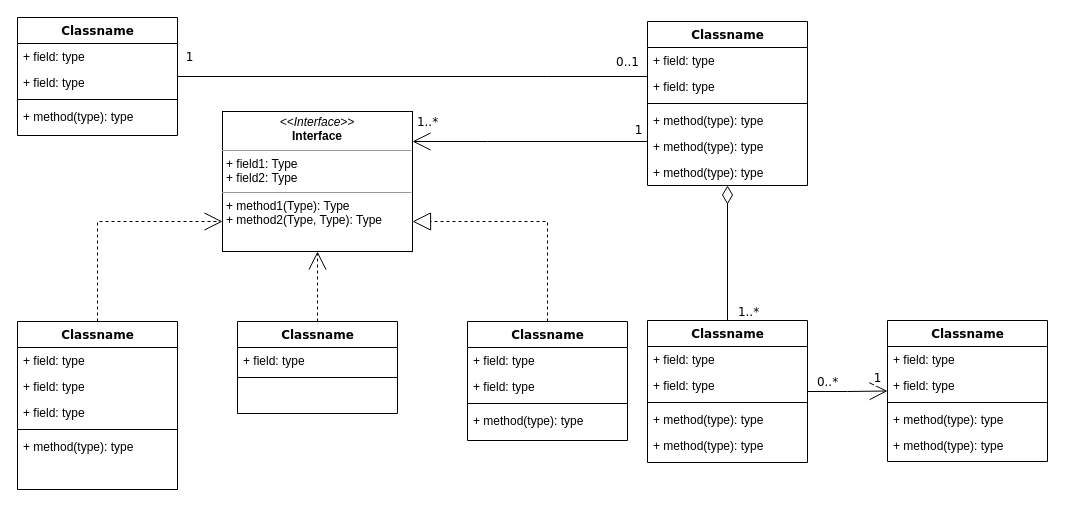
Above: Import.drawio in Lycidas0815/try_git (draw.io), before the change. Source tidied: cells renumbered, new cells numbered last; positions are measured from the earlier drawing's top-left corner, leaving out a move shared by most shapes. Both pictures are drawn from the tidied source at 100%, with x=0, y=0 at pixel (17, 17).
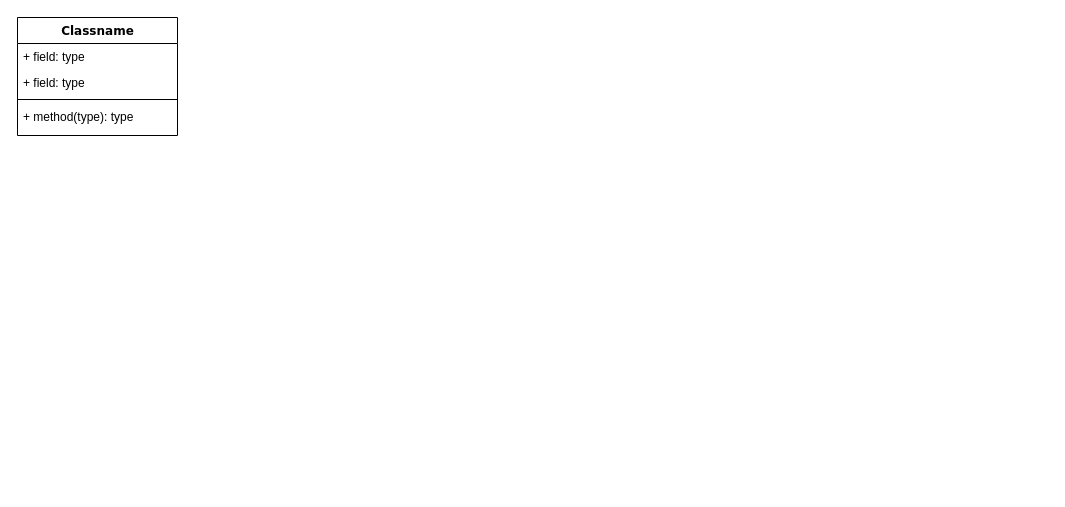
Above is the later version.

The change refers to these unchanged cells:
```xml
<mxCell id="9" value="Classname" style="swimlane;html=1;fontStyle=1;align=center;verticalAlign=top;horizontal=1;startSize=26;swimlaneFillColor=#ffffff;rounded=0;shadow=0;comic=0;labelBackgroundColor=none;strokeWidth=1;fillColor=none;fontFamily=Verdana;fontSize=12;" parent="1" vertex="1">
  <mxGeometry width="160" height="118" as="geometry" />
</mxCell>
```

What changed in the source:
```diff
@@
-    <mxCell id="2" style="edgeStyle=orthogonalEdgeStyle;rounded=0;html=1;dashed=1;labelBackgroundColor=none;startArrow=none;startFill=0;startSize=8;endArrow=open;endFill=0;endSize=16;fontFamily=Verdana;fontSize=12;" parent="1" edge="1" source="3" target="54">
-      <mxGeometry relative="1" as="geometry">
-        <Array as="points">
-          <mxPoint x="80" y="204" />
-        </Array>
-      </mxGeometry>
-    </mxCell>
-    <mxCell id="3" value="Classname" style="swimlane;html=1;fontStyle=1;align=center;verticalAlign=top;horizontal=1;startSize=26;swimlaneFillColor=#ffffff;rounded=0;shadow=0;comic=0;labelBackgroundColor=none;strokeWidth=1;fillColor=none;fontFamily=Verdana;fontSize=12;" parent="1" vertex="1">
-      <mxGeometry y="304" width="160" height="168" as="geometry" />
-    </mxCell>
-    <mxCell id="4" value="+ field: type" style="text;html=1;strokeColor=none;fillColor=none;align=left;verticalAlign=top;spacingLeft=4;spacingRight=4;whiteSpace=wrap;overflow=hidden;" parent="3" vertex="1">
-      <mxGeometry y="26" width="160" height="26" as="geometry" />
-    </mxCell>
-    <mxCell id="5" value="+ field: type" style="text;html=1;strokeColor=none;fillColor=none;align=left;verticalAlign=top;spacingLeft=4;spacingRight=4;whiteSpace=wrap;overflow=hidden;" parent="3" vertex="1">
-      <mxGeometry y="52" width="160" height="26" as="geometry" />
-    </mxCell>
-    <mxCell id="6" value="+ field: type" style="text;html=1;strokeColor=none;fillColor=none;align=left;verticalAlign=top;spacingLeft=4;spacingRight=4;whiteSpace=wrap;overflow=hidden;" parent="3" vertex="1">
-      <mxGeometry y="78" width="160" height="26" as="geometry" />
-    </mxCell>
-    <mxCell id="7" style="line;html=1;strokeWidth=1;fillColor=none;align=left;verticalAlign=middle;spacingTop=-1;spacingLeft=3;spacingRight=3;labelPosition=right;" parent="3" vertex="1">
-      <mxGeometry y="104" width="160" height="8" as="geometry" />
-    </mxCell>
-    <mxCell id="8" value="+ method(type): type" style="text;html=1;strokeColor=none;fillColor=none;align=left;verticalAlign=top;spacingLeft=4;spacingRight=4;whiteSpace=wrap;overflow=hidden;" parent="3" vertex="1">
-      <mxGeometry y="112" width="160" height="26" as="geometry" />
-    </mxCell>
@@
-    <mxCell id="14" style="edgeStyle=orthogonalEdgeStyle;rounded=0;html=1;labelBackgroundColor=none;startArrow=none;startFill=0;startSize=8;endArrow=open;endFill=0;endSize=16;fontFamily=Verdana;fontSize=12;" parent="1" edge="1" source="20" target="54">
-      <mxGeometry relative="1" as="geometry">
-        <Array as="points">
-          <mxPoint x="470" y="124" />
-          <mxPoint x="470" y="124" />
-        </Array>
-      </mxGeometry>
-    </mxCell>
-    <mxCell id="15" value="1..*" style="text;html=1;align=center;verticalAlign=middle;labelBackgroundColor=#ffffff;fontSize=12;fontFamily=Verdana;" parent="14" vertex="1">
-      <mxGeometry x="0.86" y="2" relative="1" as="geometry">
-        <mxPoint x="-2" y="-22" as="offset" />
-      </mxGeometry>
-    </mxCell>
-    <mxCell id="16" value="1" style="text;html=1;align=center;verticalAlign=middle;labelBackgroundColor=#ffffff;fontSize=12;fontFamily=Verdana;" parent="14" vertex="1">
-      <mxGeometry x="0.36" y="152" relative="1" as="geometry">
-        <mxPoint x="150" y="-164" as="offset" />
-      </mxGeometry>
-    </mxCell>
-    <mxCell id="17" style="edgeStyle=orthogonalEdgeStyle;rounded=0;html=1;labelBackgroundColor=none;startArrow=none;startFill=0;startSize=8;endArrow=none;endFill=0;endSize=16;fontFamily=Verdana;fontSize=12;" parent="1" edge="1" source="20" target="9">
-      <mxGeometry relative="1" as="geometry">
-        <Array as="points">
-          <mxPoint x="530" y="59" />
-          <mxPoint x="530" y="59" />
-        </Array>
-      </mxGeometry>
-    </mxCell>
-    <mxCell id="18" value="0..1" style="text;html=1;align=center;verticalAlign=middle;labelBackgroundColor=#ffffff;fontSize=12;fontFamily=Verdana;" parent="17" vertex="1">
-      <mxGeometry x="-0.57" y="-86" relative="1" as="geometry">
-        <mxPoint x="80" y="71" as="offset" />
-      </mxGeometry>
-    </mxCell>
-    <mxCell id="19" value="1" style="text;html=1;align=center;verticalAlign=middle;labelBackgroundColor=#ffffff;fontSize=12;fontFamily=Verdana;" parent="17" vertex="1">
-      <mxGeometry x="0.89" y="-1" relative="1" as="geometry">
-        <mxPoint x="-15" y="-19" as="offset" />
-      </mxGeometry>
-    </mxCell>
-    <mxCell id="20" value="Classname" style="swimlane;html=1;fontStyle=1;align=center;verticalAlign=top;horizontal=1;startSize=26;swimlaneFillColor=#ffffff;rounded=0;shadow=0;comic=0;labelBackgroundColor=none;strokeWidth=1;fillColor=none;fontFamily=Verdana;fontSize=12;" parent="1" vertex="1">
-      <mxGeometry x="630" y="4" width="160" height="164" as="geometry" />
-    </mxCell>
-    <mxCell id="21" value="+ field: type" style="text;html=1;strokeColor=none;fillColor=none;align=left;verticalAlign=top;spacingLeft=4;spacingRight=4;whiteSpace=wrap;overflow=hidden;" parent="20" vertex="1">
-      <mxGeometry y="26" width="160" height="26" as="geometry" />
-    </mxCell>
-    <mxCell id="22" value="+ field: type" style="text;html=1;strokeColor=none;fillColor=none;align=left;verticalAlign=top;spacingLeft=4;spacingRight=4;whiteSpace=wrap;overflow=hidden;" parent="20" vertex="1">
-      <mxGeometry y="52" width="160" height="26" as="geometry" />
-    </mxCell>
-    <mxCell id="23" style="line;html=1;strokeWidth=1;fillColor=none;align=left;verticalAlign=middle;spacingTop=-1;spacingLeft=3;spacingRight=3;labelPosition=right;" parent="20" vertex="1">
-      <mxGeometry y="78" width="160" height="8" as="geometry" />
-    </mxCell>
-    <mxCell id="24" value="+ method(type): type" style="text;html=1;strokeColor=none;fillColor=none;align=left;verticalAlign=top;spacingLeft=4;spacingRight=4;whiteSpace=wrap;overflow=hidden;" parent="20" vertex="1">
-      <mxGeometry y="86" width="160" height="26" as="geometry" />
-    </mxCell>
-    <mxCell id="25" value="+ method(type): type" style="text;html=1;strokeColor=none;fillColor=none;align=left;verticalAlign=top;spacingLeft=4;spacingRight=4;whiteSpace=wrap;overflow=hidden;" parent="20" vertex="1">
-      <mxGeometry y="112" width="160" height="26" as="geometry" />
-    </mxCell>
-    <mxCell id="26" value="+ method(type): type" style="text;html=1;strokeColor=none;fillColor=none;align=left;verticalAlign=top;spacingLeft=4;spacingRight=4;whiteSpace=wrap;overflow=hidden;" parent="20" vertex="1">
-      <mxGeometry y="138" width="160" height="26" as="geometry" />
-    </mxCell>
-    <mxCell id="27" style="edgeStyle=orthogonalEdgeStyle;rounded=0;html=1;dashed=1;labelBackgroundColor=none;startArrow=none;startFill=0;startSize=8;endArrow=open;endFill=0;endSize=16;fontFamily=Verdana;fontSize=12;" parent="1" edge="1" source="28" target="54">
-      <mxGeometry relative="1" as="geometry" />
-    </mxCell>
-    <mxCell id="28" value="Classname" style="swimlane;html=1;fontStyle=1;align=center;verticalAlign=top;horizontal=1;startSize=26;swimlaneFillColor=#ffffff;rounded=0;shadow=0;comic=0;labelBackgroundColor=none;strokeWidth=1;fillColor=none;fontFamily=Verdana;fontSize=12;" parent="1" vertex="1">
-      <mxGeometry x="220" y="304" width="160" height="92" as="geometry" />
-    </mxCell>
-    <mxCell id="29" value="+ field: type" style="text;html=1;strokeColor=none;fillColor=none;align=left;verticalAlign=top;spacingLeft=4;spacingRight=4;whiteSpace=wrap;overflow=hidden;" parent="28" vertex="1">
-      <mxGeometry y="26" width="160" height="26" as="geometry" />
-    </mxCell>
-    <mxCell id="30" style="line;html=1;strokeWidth=1;fillColor=none;align=left;verticalAlign=middle;spacingTop=-1;spacingLeft=3;spacingRight=3;labelPosition=right;" parent="28" vertex="1">
-      <mxGeometry y="52" width="160" height="8" as="geometry" />
-    </mxCell>
-    <mxCell id="31" style="edgeStyle=orthogonalEdgeStyle;rounded=0;html=1;labelBackgroundColor=none;startArrow=none;startFill=0;startSize=8;endArrow=diamondThin;endFill=0;endSize=16;fontFamily=Verdana;fontSize=12;" parent="1" edge="1" source="36" target="20">
-      <mxGeometry relative="1" as="geometry" />
-    </mxCell>
-    <mxCell id="32" value="1..*" style="text;html=1;align=center;verticalAlign=middle;labelBackgroundColor=#ffffff;fontSize=12;fontFamily=Verdana;" parent="31" vertex="1">
-      <mxGeometry x="-0.85" y="-1" relative="1" as="geometry">
-        <mxPoint x="19" y="1" as="offset" />
-      </mxGeometry>
-    </mxCell>
-    <mxCell id="33" style="edgeStyle=orthogonalEdgeStyle;rounded=0;html=1;labelBackgroundColor=none;startArrow=none;startFill=0;startSize=8;endArrow=open;endFill=0;endSize=16;fontFamily=Verdana;fontSize=12;" parent="1" edge="1" source="36" target="42">
-      <mxGeometry relative="1" as="geometry" />
-    </mxCell>
-    <mxCell id="34" value="0..*" style="text;html=1;align=center;verticalAlign=middle;labelBackgroundColor=#ffffff;fontSize=12;fontFamily=Verdana;" parent="33" vertex="1">
-      <mxGeometry x="-0.79" relative="1" as="geometry">
-        <mxPoint x="11" y="-10" as="offset" />
-      </mxGeometry>
-    </mxCell>
-    <mxCell id="35" value="1" style="text;html=1;align=center;verticalAlign=middle;labelBackgroundColor=#ffffff;fontSize=12;fontFamily=Verdana;" parent="33" vertex="1">
-      <mxGeometry x="0.7" y="1" relative="1" as="geometry">
-        <mxPoint x="2" y="-12" as="offset" />
-      </mxGeometry>
-    </mxCell>
-    <mxCell id="36" value="Classname" style="swimlane;html=1;fontStyle=1;align=center;verticalAlign=top;horizontal=1;startSize=26;swimlaneFillColor=#ffffff;rounded=0;shadow=0;comic=0;labelBackgroundColor=none;strokeWidth=1;fillColor=none;fontFamily=Verdana;fontSize=12;" parent="1" vertex="1">
-      <mxGeometry x="630" y="303" width="160" height="142" as="geometry" />
-    </mxCell>
-    <mxCell id="37" value="+ field: type" style="text;html=1;strokeColor=none;fillColor=none;align=left;verticalAlign=top;spacingLeft=4;spacingRight=4;whiteSpace=wrap;overflow=hidden;" parent="36" vertex="1">
-      <mxGeometry y="26" width="160" height="26" as="geometry" />
-    </mxCell>
-    <mxCell id="38" value="+ field: type" style="text;html=1;strokeColor=none;fillColor=none;align=left;verticalAlign=top;spacingLeft=4;spacingRight=4;whiteSpace=wrap;overflow=hidden;" parent="36" vertex="1">
-      <mxGeometry y="52" width="160" height="26" as="geometry" />
-    </mxCell>
-    <mxCell id="39" style="line;html=1;strokeWidth=1;fillColor=none;align=left;verticalAlign=middle;spacingTop=-1;spacingLeft=3;spacingRight=3;labelPosition=right;" parent="36" vertex="1">
-      <mxGeometry y="78" width="160" height="8" as="geometry" />
-    </mxCell>
-    <mxCell id="40" value="+ method(type): type" style="text;html=1;strokeColor=none;fillColor=none;align=left;verticalAlign=top;spacingLeft=4;spacingRight=4;whiteSpace=wrap;overflow=hidden;" parent="36" vertex="1">
-      <mxGeometry y="86" width="160" height="26" as="geometry" />
-    </mxCell>
-    <mxCell id="41" value="+ method(type): type" style="text;html=1;strokeColor=none;fillColor=none;align=left;verticalAlign=top;spacingLeft=4;spacingRight=4;whiteSpace=wrap;overflow=hidden;" parent="36" vertex="1">
-      <mxGeometry y="112" width="160" height="26" as="geometry" />
-    </mxCell>
-    <mxCell id="42" value="Classname" style="swimlane;html=1;fontStyle=1;align=center;verticalAlign=top;horizontal=1;startSize=26;swimlaneFillColor=#ffffff;rounded=0;shadow=0;comic=0;labelBackgroundColor=none;strokeWidth=1;fillColor=none;fontFamily=Verdana;fontSize=12;" parent="1" vertex="1">
-      <mxGeometry x="870" y="303" width="160" height="141" as="geometry" />
-    </mxCell>
-    <mxCell id="43" value="+ field: type" style="text;html=1;strokeColor=none;fillColor=none;align=left;verticalAlign=top;spacingLeft=4;spacingRight=4;whiteSpace=wrap;overflow=hidden;" parent="42" vertex="1">
-      <mxGeometry y="26" width="160" height="26" as="geometry" />
-    </mxCell>
-    <mxCell id="44" value="+ field: type" style="text;html=1;strokeColor=none;fillColor=none;align=left;verticalAlign=top;spacingLeft=4;spacingRight=4;whiteSpace=wrap;overflow=hidden;" parent="42" vertex="1">
-      <mxGeometry y="52" width="160" height="26" as="geometry" />
-    </mxCell>
-    <mxCell id="45" style="line;html=1;strokeWidth=1;fillColor=none;align=left;verticalAlign=middle;spacingTop=-1;spacingLeft=3;spacingRight=3;labelPosition=right;" parent="42" vertex="1">
-      <mxGeometry y="78" width="160" height="8" as="geometry" />
-    </mxCell>
-    <mxCell id="46" value="+ method(type): type" style="text;html=1;strokeColor=none;fillColor=none;align=left;verticalAlign=top;spacingLeft=4;spacingRight=4;whiteSpace=wrap;overflow=hidden;" parent="42" vertex="1">
-      <mxGeometry y="86" width="160" height="26" as="geometry" />
-    </mxCell>
-    <mxCell id="47" value="+ method(type): type" style="text;html=1;strokeColor=none;fillColor=none;align=left;verticalAlign=top;spacingLeft=4;spacingRight=4;whiteSpace=wrap;overflow=hidden;" parent="42" vertex="1">
-      <mxGeometry y="112" width="160" height="26" as="geometry" />
-    </mxCell>
-    <mxCell id="48" style="edgeStyle=orthogonalEdgeStyle;rounded=0;html=1;dashed=1;labelBackgroundColor=none;startArrow=none;startFill=0;startSize=8;endArrow=block;endFill=0;endSize=16;fontFamily=Verdana;fontSize=12;" parent="1" edge="1" source="49" target="54">
-      <mxGeometry relative="1" as="geometry">
-        <Array as="points">
-          <mxPoint x="530" y="204" />
-        </Array>
-      </mxGeometry>
-    </mxCell>
-    <mxCell id="49" value="Classname" style="swimlane;html=1;fontStyle=1;align=center;verticalAlign=top;horizontal=1;startSize=26;swimlaneFillColor=#ffffff;rounded=0;shadow=0;comic=0;labelBackgroundColor=none;strokeWidth=1;fillColor=none;fontFamily=Verdana;fontSize=12;" parent="1" vertex="1">
-      <mxGeometry x="450" y="304" width="160" height="119" as="geometry" />
-    </mxCell>
-    <mxCell id="50" value="+ field: type" style="text;html=1;strokeColor=none;fillColor=none;align=left;verticalAlign=top;spacingLeft=4;spacingRight=4;whiteSpace=wrap;overflow=hidden;" parent="49" vertex="1">
-      <mxGeometry y="26" width="160" height="26" as="geometry" />
-    </mxCell>
-    <mxCell id="51" value="+ field: type" style="text;html=1;strokeColor=none;fillColor=none;align=left;verticalAlign=top;spacingLeft=4;spacingRight=4;whiteSpace=wrap;overflow=hidden;" parent="49" vertex="1">
-      <mxGeometry y="52" width="160" height="26" as="geometry" />
-    </mxCell>
-    <mxCell id="52" style="line;html=1;strokeWidth=1;fillColor=none;align=left;verticalAlign=middle;spacingTop=-1;spacingLeft=3;spacingRight=3;labelPosition=right;" parent="49" vertex="1">
-      <mxGeometry y="78" width="160" height="8" as="geometry" />
-    </mxCell>
-    <mxCell id="53" value="+ method(type): type" style="text;html=1;strokeColor=none;fillColor=none;align=left;verticalAlign=top;spacingLeft=4;spacingRight=4;whiteSpace=wrap;overflow=hidden;" parent="49" vertex="1">
-      <mxGeometry y="86" width="160" height="26" as="geometry" />
-    </mxCell>
-    <mxCell id="54" value="&lt;p style=&quot;margin:0px;margin-top:4px;text-align:center;&quot;&gt;&lt;i&gt;&amp;lt;&amp;lt;Interface&amp;gt;&amp;gt;&lt;/i&gt;&lt;br/&gt;&lt;b&gt;Interface&lt;/b&gt;&lt;/p&gt;&lt;hr size=&quot;1&quot;/&gt;&lt;p style=&quot;margin:0px;margin-left:4px;&quot;&gt;+ field1: Type&lt;br/&gt;+ field2: Type&lt;/p&gt;&lt;hr size=&quot;1&quot;/&gt;&lt;p style=&quot;margin:0px;margin-left:4px;&quot;&gt;+ method1(Type): Type&lt;br/&gt;+ method2(Type, Type): Type&lt;/p&gt;" style="verticalAlign=top;align=left;overflow=fill;fontSize=12;fontFamily=Helvetica;html=1;rounded=0;shadow=0;comic=0;labelBackgroundColor=none;strokeWidth=1;" parent="1" vertex="1">
-      <mxGeometry x="205" y="94" width="190" height="140" as="geometry" />
-    </mxCell>
```
